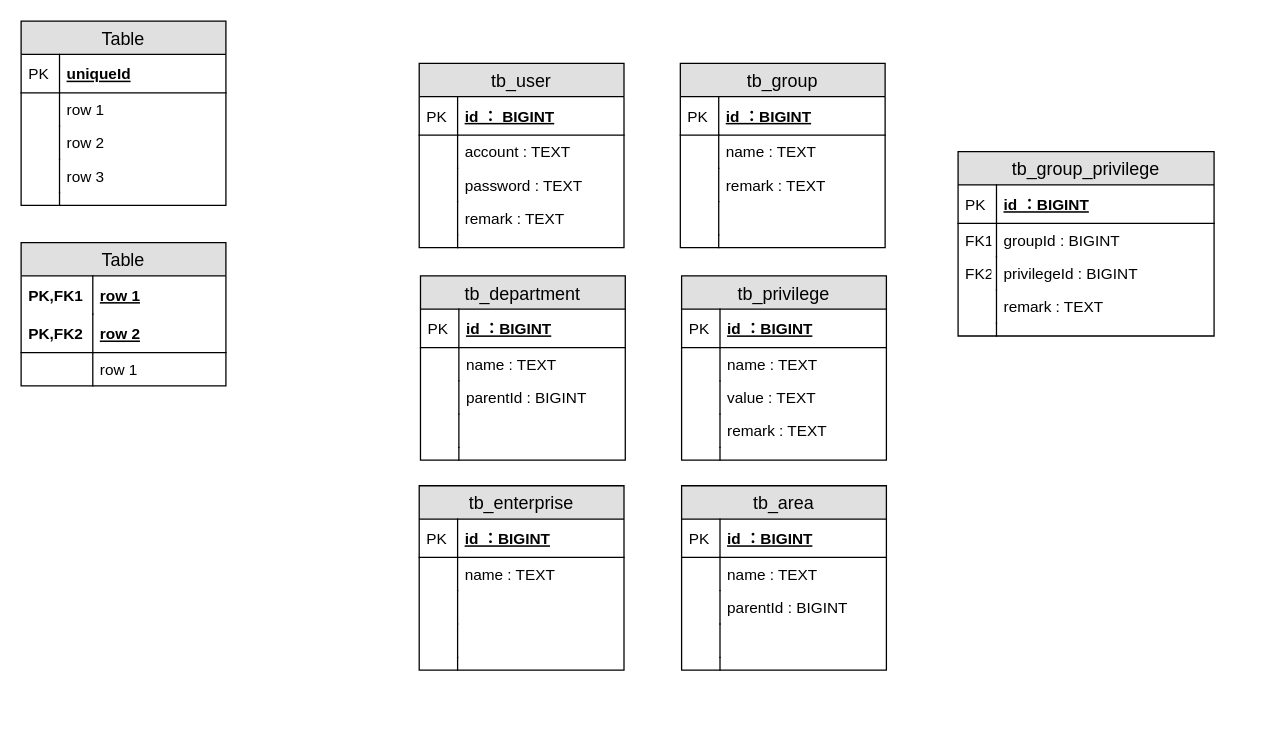
The draw.io diagram page "第 2 页" (2 of 2) of CDRS/DB-design.drawio in waterwatermelon/graph, before the edit. Source tidied: cells renumbered, new cells numbered last; positions are measured from the earlier drawing's top-left corner, leaving out a move shared by most shapes. Both pictures are drawn from the tidied source at 128%, with x=0, y=0 at pixel (20, 20).
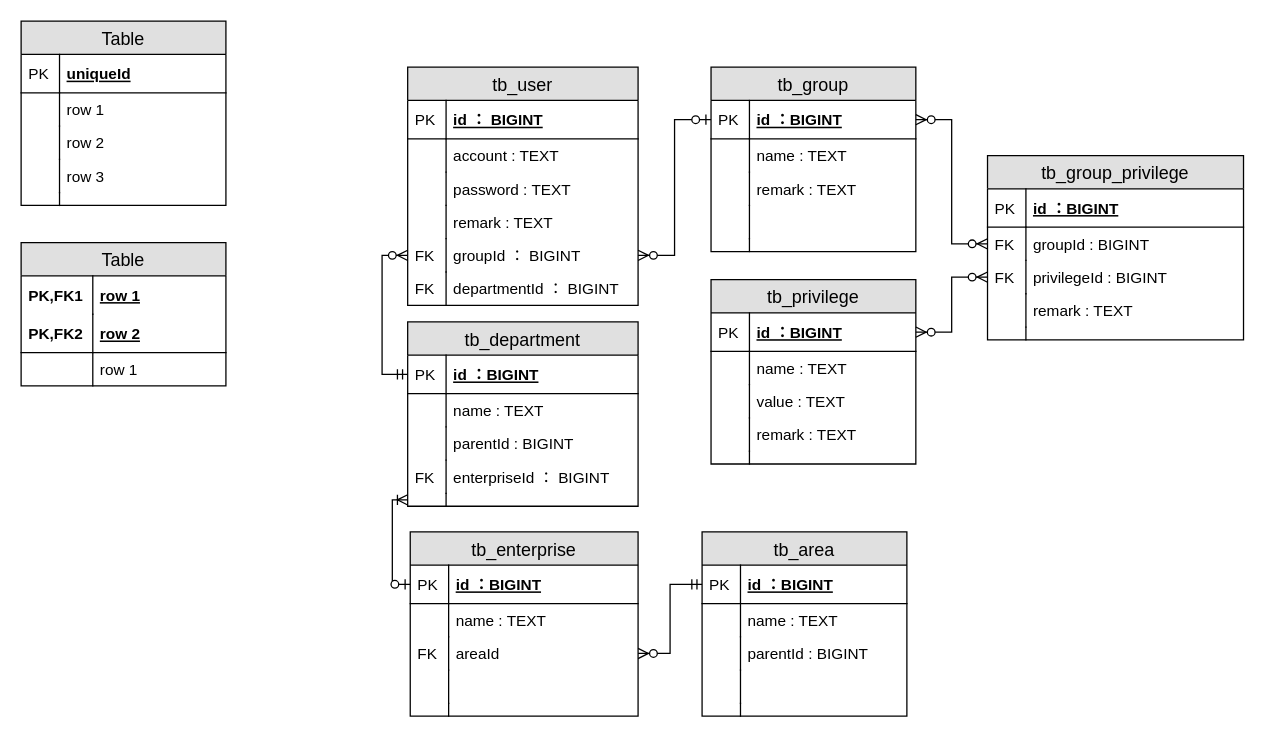
The same diagram, later.

Unchanged cells that the change refers to:
```xml
<mxCell id="32" value="id ：BIGINT" style="shape=partialRectangle;top=0;left=0;right=0;bottom=1;align=left;verticalAlign=middle;fillColor=none;spacingLeft=34;spacingRight=4;overflow=hidden;points=[[0,0.5],[1,0.5]];portConstraint=eastwest;fontStyle=5;fontSize=12;" parent="31" vertex="1">
  <mxGeometry y="26" width="160" height="30" as="geometry" />
</mxCell>
<mxCell id="43" value="id ：BIGINT" style="shape=partialRectangle;top=0;left=0;right=0;bottom=1;align=left;verticalAlign=middle;fillColor=none;spacingLeft=34;spacingRight=4;overflow=hidden;points=[[0,0.5],[1,0.5]];portConstraint=eastwest;fontStyle=5;fontSize=12;" parent="42" vertex="1">
  <mxGeometry y="26" width="160" height="30" as="geometry" />
</mxCell>
<mxCell id="65" value="id ：BIGINT" style="shape=partialRectangle;top=0;left=0;right=0;bottom=1;align=left;verticalAlign=middle;fillColor=none;spacingLeft=34;spacingRight=4;overflow=hidden;points=[[0,0.5],[1,0.5]];portConstraint=eastwest;fontStyle=5;fontSize=12;" parent="64" vertex="1">
  <mxGeometry y="26" width="160" height="30" as="geometry" />
</mxCell>
<mxCell id="89" value="groupId : BIGINT" style="shape=partialRectangle;top=0;left=0;right=0;bottom=0;align=left;verticalAlign=top;fillColor=none;spacingLeft=34;spacingRight=4;overflow=hidden;points=[[0,0.5],[1,0.5]];portConstraint=eastwest;fontSize=12;" parent="86" vertex="1">
  <mxGeometry y="56" width="200" height="26" as="geometry" />
</mxCell>
<mxCell id="91" value="privilegeId : BIGINT" style="shape=partialRectangle;top=0;left=0;right=0;bottom=0;align=left;verticalAlign=top;fillColor=none;spacingLeft=34;spacingRight=4;overflow=hidden;points=[[0,0.5],[1,0.5]];portConstraint=eastwest;fontSize=12;" parent="86" vertex="1">
  <mxGeometry y="82" width="200" height="26" as="geometry" />
</mxCell>
```

The edit, as a diff of the source:
```diff
@@
     <mxCell id="20" value="tb_user" style="swimlane;fontStyle=0;horizontal=1;startSize=26;fillColor=#e0e0e0;swimlaneFillColor=#ffffff;align=center;fontSize=14;" parent="1" vertex="1">
-      <mxGeometry x="311" y="33" width="160" height="144" as="geometry" />
+      <mxGeometry x="302" y="36" width="180" height="186" as="geometry" />
     </mxCell>
     <mxCell id="21" value="id ： BIGINT" style="shape=partialRectangle;top=0;left=0;right=0;bottom=1;align=left;verticalAlign=middle;fillColor=none;spacingLeft=34;spacingRight=4;overflow=hidden;fontStyle=5;fontSize=12;" parent="20" vertex="1">
-      <mxGeometry y="26" width="160" height="30" as="geometry" />
+      <mxGeometry y="26" width="180" height="30" as="geometry" />
     </mxCell>
@@
     <mxCell id="23" value="account : TEXT" style="shape=partialRectangle;top=0;left=0;right=0;bottom=0;align=left;verticalAlign=top;fillColor=none;spacingLeft=34;spacingRight=4;overflow=hidden;fontSize=12;" parent="20" vertex="1">
-      <mxGeometry y="56" width="160" height="26" as="geometry" />
+      <mxGeometry y="56" width="180" height="26" as="geometry" />
     </mxCell>
@@
     <mxCell id="25" value="password : TEXT" style="shape=partialRectangle;top=0;left=0;right=0;bottom=0;align=left;verticalAlign=top;fillColor=none;spacingLeft=34;spacingRight=4;overflow=hidden;fontSize=12;" parent="20" vertex="1">
-      <mxGeometry y="82" width="160" height="26" as="geometry" />
+      <mxGeometry y="82" width="180" height="26" as="geometry" />
     </mxCell>
@@
     <mxCell id="27" value="remark : TEXT" style="shape=partialRectangle;top=0;left=0;right=0;bottom=0;align=left;verticalAlign=top;fillColor=none;spacingLeft=34;spacingRight=4;overflow=hidden;fontSize=12;" parent="20" vertex="1">
-      <mxGeometry y="108" width="160" height="26" as="geometry" />
+      <mxGeometry y="108" width="180" height="26" as="geometry" />
     </mxCell>
@@
-    <mxCell id="29" style="shape=partialRectangle;top=0;left=0;right=0;bottom=0;align=left;verticalAlign=top;fillColor=none;spacingLeft=34;spacingRight=4;overflow=hidden;fontSize=12;" parent="20" vertex="1">
-      <mxGeometry y="134" width="160" height="10" as="geometry" />
-    </mxCell>
-    <mxCell id="30" style="shape=partialRectangle;top=0;left=0;bottom=0;fillColor=none;align=left;verticalAlign=top;spacingLeft=4;spacingRight=4;overflow=hidden;fontSize=12;" parent="29" vertex="1">
-      <mxGeometry width="30" height="10" as="geometry" />
-    </mxCell>
+    <mxCell id="97" value="groupId ： BIGINT" style="shape=partialRectangle;top=0;left=0;right=0;bottom=0;align=left;verticalAlign=top;fillColor=none;spacingLeft=34;spacingRight=4;overflow=hidden;points=[[0,0.5],[1,0.5]];portConstraint=eastwest;fontSize=12;" parent="20" vertex="1">
+      <mxGeometry y="134" width="180" height="26" as="geometry" />
+    </mxCell>
+    <mxCell id="98" value="FK" style="shape=partialRectangle;top=0;left=0;bottom=0;fillColor=none;align=left;verticalAlign=top;spacingLeft=4;spacingRight=4;overflow=hidden;fontSize=12;" parent="97" vertex="1">
+      <mxGeometry width="30" height="26" as="geometry" />
+    </mxCell>
+    <mxCell id="99" value="departmentId ： BIGINT" style="shape=partialRectangle;top=0;left=0;right=0;bottom=0;align=left;verticalAlign=top;fillColor=none;spacingLeft=34;spacingRight=4;overflow=hidden;fontSize=12;" parent="20" vertex="1">
+      <mxGeometry y="160" width="180" height="26" as="geometry" />
+    </mxCell>
+    <mxCell id="100" value="FK" style="shape=partialRectangle;top=0;left=0;bottom=0;fillColor=none;align=left;verticalAlign=top;spacingLeft=4;spacingRight=4;overflow=hidden;fontSize=12;" parent="99" vertex="1">
+      <mxGeometry width="30" height="26" as="geometry" />
+    </mxCell>
     <mxCell id="31" value="tb_group" style="swimlane;fontStyle=0;horizontal=1;startSize=26;fillColor=#e0e0e0;swimlaneFillColor=#ffffff;align=center;fontSize=14;" parent="1" vertex="1">
-      <mxGeometry x="515" y="33" width="160" height="144" as="geometry" />
+      <mxGeometry x="539" y="36" width="160" height="144" as="geometry" />
     </mxCell>
@@
     <mxCell id="42" value="tb_privilege" style="swimlane;fontStyle=0;horizontal=1;startSize=26;fillColor=#e0e0e0;swimlaneFillColor=#ffffff;align=center;fontSize=14;" parent="1" vertex="1">
-      <mxGeometry x="516" y="199" width="160" height="144" as="geometry" />
+      <mxGeometry x="539" y="202" width="160" height="144" as="geometry" />
     </mxCell>
@@
     <mxCell id="53" value="tb_department" style="swimlane;fontStyle=0;horizontal=1;startSize=26;fillColor=#e0e0e0;swimlaneFillColor=#ffffff;align=center;fontSize=14;" parent="1" vertex="1">
-      <mxGeometry x="312" y="199" width="160" height="144" as="geometry" />
+      <mxGeometry x="302" y="235" width="180" height="144" as="geometry" />
     </mxCell>
     <mxCell id="54" value="id ：BIGINT" style="shape=partialRectangle;top=0;left=0;right=0;bottom=1;align=left;verticalAlign=middle;fillColor=none;spacingLeft=34;spacingRight=4;overflow=hidden;points=[[0,0.5],[1,0.5]];portConstraint=eastwest;fontStyle=5;fontSize=12;" parent="53" vertex="1">
-      <mxGeometry y="26" width="160" height="30" as="geometry" />
+      <mxGeometry y="26" width="180" height="30" as="geometry" />
     </mxCell>
@@
     <mxCell id="56" value="name : TEXT" style="shape=partialRectangle;top=0;left=0;right=0;bottom=0;align=left;verticalAlign=top;fillColor=none;spacingLeft=34;spacingRight=4;overflow=hidden;fontSize=12;" parent="53" vertex="1">
-      <mxGeometry y="56" width="160" height="26" as="geometry" />
+      <mxGeometry y="56" width="180" height="26" as="geometry" />
     </mxCell>
@@
     <mxCell id="58" value="parentId : BIGINT" style="shape=partialRectangle;top=0;left=0;right=0;bottom=0;align=left;verticalAlign=top;fillColor=none;spacingLeft=34;spacingRight=4;overflow=hidden;fontSize=12;" parent="53" vertex="1">
-      <mxGeometry y="82" width="160" height="26" as="geometry" />
+      <mxGeometry y="82" width="180" height="26" as="geometry" />
     </mxCell>
@@
-    <mxCell id="60" style="shape=partialRectangle;top=0;left=0;right=0;bottom=0;align=left;verticalAlign=top;fillColor=none;spacingLeft=34;spacingRight=4;overflow=hidden;fontSize=12;" parent="53" vertex="1">
-      <mxGeometry y="108" width="160" height="26" as="geometry" />
+    <mxCell id="60" value="enterpriseId ： BIGINT" style="shape=partialRectangle;top=0;left=0;right=0;bottom=0;align=left;verticalAlign=top;fillColor=none;spacingLeft=34;spacingRight=4;overflow=hidden;fontSize=12;" parent="53" vertex="1">
+      <mxGeometry y="108" width="180" height="26" as="geometry" />
     </mxCell>
-    <mxCell id="61" style="shape=partialRectangle;top=0;left=0;bottom=0;fillColor=none;align=left;verticalAlign=top;spacingLeft=4;spacingRight=4;overflow=hidden;fontSize=12;" parent="60" vertex="1">
+    <mxCell id="61" value="FK" style="shape=partialRectangle;top=0;left=0;bottom=0;fillColor=none;align=left;verticalAlign=top;spacingLeft=4;spacingRight=4;overflow=hidden;fontSize=12;" parent="60" vertex="1">
       <mxGeometry width="30" height="26" as="geometry" />
     </mxCell>
     <mxCell id="62" style="shape=partialRectangle;top=0;left=0;right=0;bottom=0;align=left;verticalAlign=top;fillColor=none;spacingLeft=34;spacingRight=4;overflow=hidden;points=[[0,0.5],[1,0.5]];portConstraint=eastwest;fontSize=12;" parent="53" vertex="1">
-      <mxGeometry y="134" width="160" height="10" as="geometry" />
+      <mxGeometry y="134" width="180" height="10" as="geometry" />
     </mxCell>
@@
     <mxCell id="64" value="tb_area" style="swimlane;fontStyle=0;horizontal=1;startSize=26;fillColor=#e0e0e0;swimlaneFillColor=#ffffff;align=center;fontSize=14;" parent="1" vertex="1">
-      <mxGeometry x="516" y="363" width="160" height="144" as="geometry" />
+      <mxGeometry x="532" y="399" width="160" height="144" as="geometry" />
     </mxCell>
@@
     <mxCell id="75" value="tb_enterprise" style="swimlane;fontStyle=0;horizontal=1;startSize=26;fillColor=#e0e0e0;swimlaneFillColor=#ffffff;align=center;fontSize=14;" parent="1" vertex="1">
-      <mxGeometry x="311" y="363" width="160" height="144" as="geometry" />
+      <mxGeometry x="304" y="399" width="178" height="144" as="geometry" />
     </mxCell>
     <mxCell id="76" value="id ：BIGINT" style="shape=partialRectangle;top=0;left=0;right=0;bottom=1;align=left;verticalAlign=middle;fillColor=none;spacingLeft=34;spacingRight=4;overflow=hidden;points=[[0,0.5],[1,0.5]];portConstraint=eastwest;fontStyle=5;fontSize=12;" parent="75" vertex="1">
-      <mxGeometry y="26" width="160" height="30" as="geometry" />
+      <mxGeometry y="26" width="178" height="30" as="geometry" />
     </mxCell>
@@
     <mxCell id="78" value="name : TEXT" style="shape=partialRectangle;top=0;left=0;right=0;bottom=0;align=left;verticalAlign=top;fillColor=none;spacingLeft=34;spacingRight=4;overflow=hidden;fontSize=12;" parent="75" vertex="1">
-      <mxGeometry y="56" width="160" height="26" as="geometry" />
+      <mxGeometry y="56" width="178" height="26" as="geometry" />
     </mxCell>
@@
-    <mxCell id="80" style="shape=partialRectangle;top=0;left=0;right=0;bottom=0;align=left;verticalAlign=top;fillColor=none;spacingLeft=34;spacingRight=4;overflow=hidden;points=[[0,0.5],[1,0.5]];portConstraint=eastwest;fontSize=12;" parent="75" vertex="1">
-      <mxGeometry y="82" width="160" height="26" as="geometry" />
+    <mxCell id="80" value="areaId" style="shape=partialRectangle;top=0;left=0;right=0;bottom=0;align=left;verticalAlign=top;fillColor=none;spacingLeft=34;spacingRight=4;overflow=hidden;points=[[0,0.5],[1,0.5]];portConstraint=eastwest;fontSize=12;" parent="75" vertex="1">
+      <mxGeometry y="82" width="178" height="26" as="geometry" />
     </mxCell>
-    <mxCell id="81" style="shape=partialRectangle;top=0;left=0;bottom=0;fillColor=none;align=left;verticalAlign=top;spacingLeft=4;spacingRight=4;overflow=hidden;fontSize=12;" parent="80" vertex="1">
+    <mxCell id="81" value="FK" style="shape=partialRectangle;top=0;left=0;bottom=0;fillColor=none;align=left;verticalAlign=top;spacingLeft=4;spacingRight=4;overflow=hidden;fontSize=12;" parent="80" vertex="1">
       <mxGeometry width="30" height="26" as="geometry" />
     </mxCell>
     <mxCell id="82" style="shape=partialRectangle;top=0;left=0;right=0;bottom=0;align=left;verticalAlign=top;fillColor=none;spacingLeft=34;spacingRight=4;overflow=hidden;fontSize=12;" parent="75" vertex="1">
-      <mxGeometry y="108" width="160" height="26" as="geometry" />
+      <mxGeometry y="108" width="178" height="26" as="geometry" />
     </mxCell>
@@
     <mxCell id="84" style="shape=partialRectangle;top=0;left=0;right=0;bottom=0;align=left;verticalAlign=top;fillColor=none;spacingLeft=34;spacingRight=4;overflow=hidden;fontSize=12;" parent="75" vertex="1">
-      <mxGeometry y="134" width="160" height="10" as="geometry" />
+      <mxGeometry y="134" width="178" height="10" as="geometry" />
     </mxCell>
@@
     <mxCell id="86" value="tb_group_privilege" style="swimlane;fontStyle=0;horizontal=1;startSize=26;fillColor=#e0e0e0;swimlaneFillColor=#ffffff;align=center;fontSize=14;" parent="1" vertex="1">
-      <mxGeometry x="732" y="102" width="200" height="144" as="geometry" />
+      <mxGeometry x="755" y="105" width="200" height="144" as="geometry" />
     </mxCell>
@@
-    <mxCell id="90" value="FK1" style="shape=partialRectangle;top=0;left=0;bottom=0;fillColor=none;align=left;verticalAlign=top;spacingLeft=4;spacingRight=4;overflow=hidden;fontSize=12;" parent="89" vertex="1">
+    <mxCell id="90" value="FK" style="shape=partialRectangle;top=0;left=0;bottom=0;fillColor=none;align=left;verticalAlign=top;spacingLeft=4;spacingRight=4;overflow=hidden;fontSize=12;" parent="89" vertex="1">
       <mxGeometry width="30" height="26" as="geometry" />
     </mxCell>
@@
-    <mxCell id="92" value="FK2" style="shape=partialRectangle;top=0;left=0;bottom=0;fillColor=none;align=left;verticalAlign=top;spacingLeft=4;spacingRight=4;overflow=hidden;fontSize=12;" parent="91" vertex="1">
+    <mxCell id="92" value="FK" style="shape=partialRectangle;top=0;left=0;bottom=0;fillColor=none;align=left;verticalAlign=top;spacingLeft=4;spacingRight=4;overflow=hidden;fontSize=12;" parent="91" vertex="1">
       <mxGeometry width="30" height="26" as="geometry" />
     </mxCell>
@@
+    <mxCell id="101" style="edgeStyle=orthogonalEdgeStyle;rounded=0;jettySize=auto;html=1;exitX=1;exitY=0.5;exitDx=0;exitDy=0;entryX=0;entryY=0.5;entryDx=0;entryDy=0;startArrow=ERzeroToMany;startFill=1;endArrow=ERzeroToOne;endFill=1;fontSize=20;" parent="1" edge="1" source="97" target="32">
+      <mxGeometry relative="1" as="geometry" />
+    </mxCell>
+    <mxCell id="102" style="edgeStyle=orthogonalEdgeStyle;rounded=0;jettySize=auto;html=1;exitX=1;exitY=0.5;exitDx=0;exitDy=0;entryX=0;entryY=0.5;entryDx=0;entryDy=0;startArrow=ERzeroToMany;startFill=1;endArrow=ERzeroToMany;endFill=1;fontSize=20;elbow=vertical;" parent="1" edge="1" source="32" target="89">
+      <mxGeometry relative="1" as="geometry" />
+    </mxCell>
+    <mxCell id="103" style="edgeStyle=orthogonalEdgeStyle;rounded=0;jettySize=auto;html=1;exitX=1;exitY=0.5;exitDx=0;exitDy=0;entryX=0;entryY=0.5;entryDx=0;entryDy=0;startArrow=ERzeroToMany;startFill=1;endArrow=ERzeroToMany;endFill=1;fontSize=20;" parent="1" edge="1" source="43" target="91">
+      <mxGeometry relative="1" as="geometry" />
+    </mxCell>
+    <mxCell id="104" style="edgeStyle=orthogonalEdgeStyle;rounded=0;jettySize=auto;html=1;exitX=0;exitY=0.5;exitDx=0;exitDy=0;entryX=0;entryY=0.5;entryDx=0;entryDy=0;startArrow=ERzeroToMany;startFill=1;endArrow=ERmandOne;endFill=0;fontSize=20;" parent="1" edge="1" source="97" target="54">
+      <mxGeometry relative="1" as="geometry" />
+    </mxCell>
+    <mxCell id="105" style="edgeStyle=orthogonalEdgeStyle;rounded=0;jettySize=auto;html=1;exitX=0;exitY=0.5;exitDx=0;exitDy=0;entryX=0;entryY=0.5;entryDx=0;entryDy=0;startArrow=ERoneToMany;startFill=0;endArrow=ERzeroToOne;endFill=1;fontSize=20;" parent="1" edge="1" source="62" target="76">
+      <mxGeometry relative="1" as="geometry">
+        <Array as="points">
+          <mxPoint x="290" y="374" />
+          <mxPoint x="290" y="440" />
+        </Array>
+      </mxGeometry>
+    </mxCell>
+    <mxCell id="106" style="edgeStyle=orthogonalEdgeStyle;rounded=0;jettySize=auto;html=1;exitX=1;exitY=0.5;exitDx=0;exitDy=0;entryX=0;entryY=0.5;entryDx=0;entryDy=0;startArrow=ERzeroToMany;startFill=1;endArrow=ERmandOne;endFill=0;fontSize=20;" parent="1" edge="1" source="80" target="65">
+      <mxGeometry relative="1" as="geometry" />
+    </mxCell>
```
